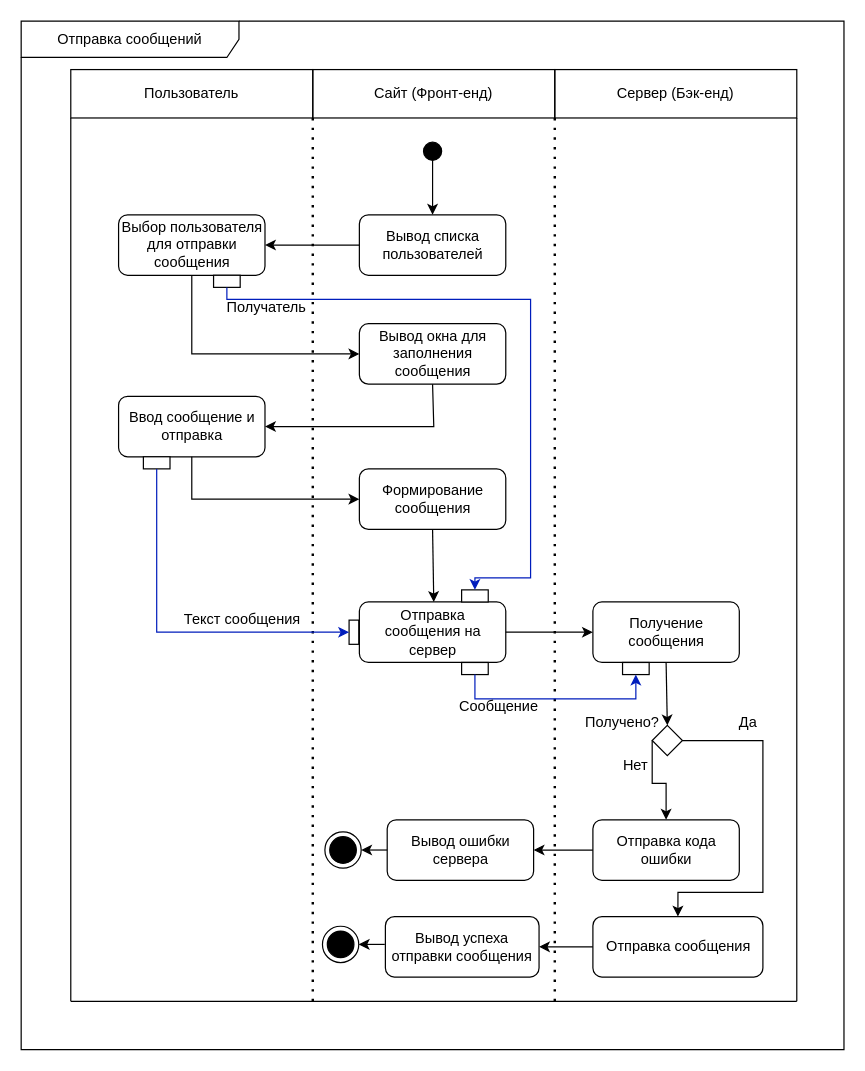
The draw.io diagram docs/raw_diagrams/отправка сообщения++.drawio in AS2/habrolink, before the edit. Source tidied: cells renumbered, new cells numbered last; positions are measured from the earlier drawing's top-left corner, leaving out a move shared by most shapes. Both pictures are drawn from the tidied source at 121%, with x=0, y=0 at pixel (21, 21).
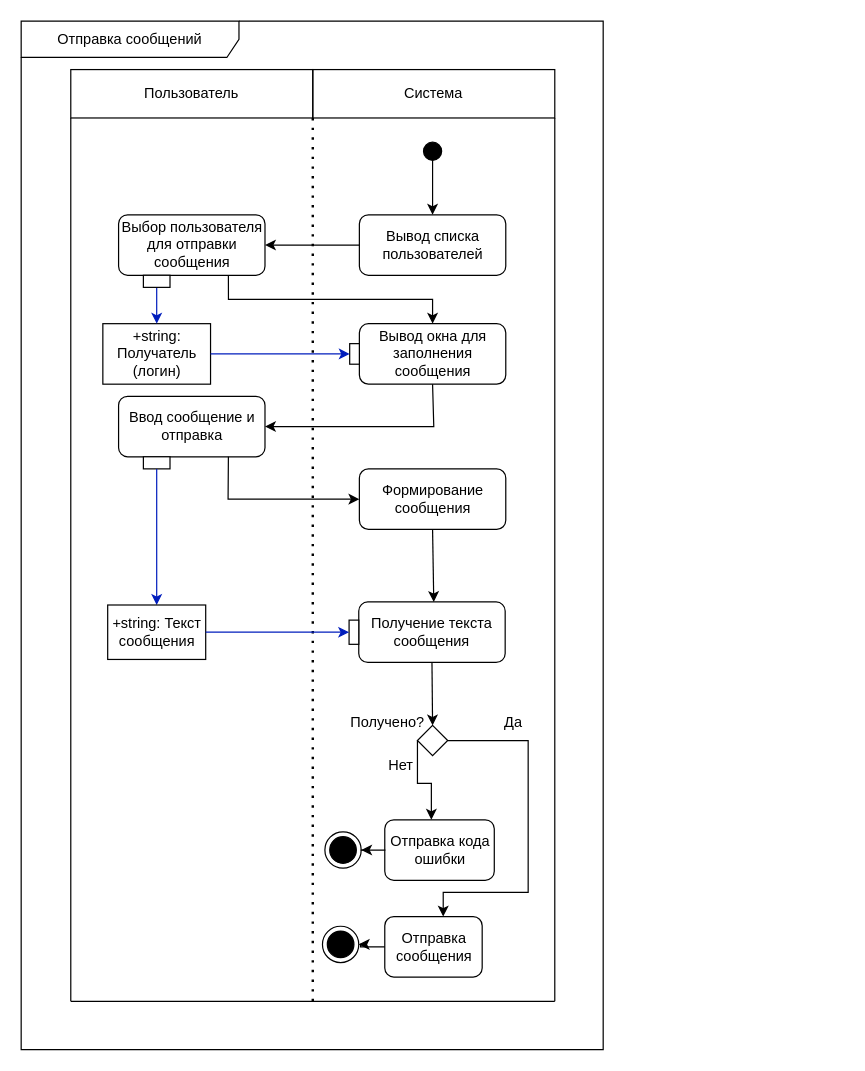
The same diagram, later.

Unchanged cells that the change refers to:
```xml
<mxCell id="9" value="Выбор пользователя для отправки сообщения" style="text;html=1;strokeColor=default;fillColor=none;align=center;verticalAlign=middle;whiteSpace=wrap;rounded=1;" parent="1" vertex="1">
  <mxGeometry x="80.5" y="160" width="121" height="50" as="geometry" />
</mxCell>
<mxCell id="11" value="Вывод окна для заполнения сообщения" style="text;html=1;strokeColor=default;fillColor=none;align=center;verticalAlign=middle;whiteSpace=wrap;rounded=1;" parent="1" vertex="1">
  <mxGeometry x="279.5" y="250" width="121" height="50" as="geometry" />
</mxCell>
<mxCell id="31" style="ellipse;html=1;shape=endState;fillColor=strokeColor;" parent="1" vertex="1">
  <mxGeometry x="251" y="670" width="30" height="30" as="geometry" />
</mxCell>
<mxCell id="36" style="ellipse;html=1;shape=endState;fillColor=strokeColor;" parent="1" vertex="1">
  <mxGeometry x="249" y="748" width="30" height="30" as="geometry" />
</mxCell>
<mxCell id="39" value="Ввод сообщение и отправка" style="text;html=1;strokeColor=default;fillColor=none;align=center;verticalAlign=middle;whiteSpace=wrap;rounded=1;" parent="1" vertex="1">
  <mxGeometry x="80.5" y="310" width="121" height="50" as="geometry" />
</mxCell>
<mxCell id="41" value="Формирование сообщения" style="text;html=1;strokeColor=default;fillColor=none;align=center;verticalAlign=middle;whiteSpace=wrap;rounded=1;" parent="1" vertex="1">
  <mxGeometry x="279.5" y="370" width="121" height="50" as="geometry" />
</mxCell>
<mxCell id="45" style="rounded=0;whiteSpace=wrap;html=1;" parent="1" vertex="1">
  <mxGeometry x="271" y="495" width="8" height="20" as="geometry" />
</mxCell>
<mxCell id="46" style="rounded=0;whiteSpace=wrap;html=1;" parent="1" vertex="1">
  <mxGeometry x="101" y="360" width="22" height="10" as="geometry" />
</mxCell>
```

Diff of the diagram source:
```diff
@@
-    <mxCell id="4" value="Сайт (Фронт-енд)" style="text;html=1;strokeColor=default;fillColor=none;align=center;verticalAlign=middle;whiteSpace=wrap;rounded=0;" parent="1" vertex="1">
+    <mxCell id="4" value="Система" style="text;html=1;strokeColor=default;fillColor=none;align=center;verticalAlign=middle;whiteSpace=wrap;rounded=0;" parent="1" vertex="1">
       <mxGeometry x="241" y="40" width="200" height="40" as="geometry" />
     </mxCell>
-    <mxCell id="5" value="Сервер (Бэк-енд)" style="text;html=1;strokeColor=default;fillColor=none;align=center;verticalAlign=middle;whiteSpace=wrap;rounded=0;" parent="1" vertex="1">
-      <mxGeometry x="441" y="40" width="200" height="40" as="geometry" />
-    </mxCell>
@@
-    <mxCell id="10" style="endArrow=classic;html=1;rounded=0;exitX=0.5;exitY=1;exitDx=0;exitDy=0;entryX=0;entryY=0.5;entryDx=0;entryDy=0;edgeStyle=orthogonalEdgeStyle;" parent="1" edge="1" source="9" target="11">
+    <mxCell id="10" style="endArrow=classic;html=1;rounded=0;exitX=0.75;exitY=1;exitDx=0;exitDy=0;entryX=0.5;entryY=0;entryDx=0;entryDy=0;edgeStyle=orthogonalEdgeStyle;" parent="1" edge="1" source="9" target="11">
       <mxGeometry relative="1" as="geometry" />
     </mxCell>
@@
-    <mxCell id="14" style="endArrow=none;dashed=1;html=1;dashPattern=1 3;strokeWidth=2;rounded=0;entryX=0;entryY=1;entryDx=0;entryDy=0;" parent="1" edge="1">
-      <mxGeometry relative="1" as="geometry">
-        <mxPoint x="441" y="810" as="sourcePoint" />
-        <mxPoint x="441" y="80" as="targetPoint" />
-      </mxGeometry>
-    </mxCell>
@@
-    <mxCell id="16" value="Отправка сообщения на сервер" style="text;html=1;strokeColor=default;fillColor=none;align=center;verticalAlign=middle;whiteSpace=wrap;rounded=1;" parent="1" vertex="1">
-      <mxGeometry x="279.5" y="480" width="121" height="50" as="geometry" />
-    </mxCell>
-    <mxCell id="17" style="endArrow=classic;html=1;rounded=0;exitX=1;exitY=0.5;exitDx=0;exitDy=0;entryX=0;entryY=0.5;entryDx=0;entryDy=0;" parent="1" edge="1" source="16" target="18">
-      <mxGeometry relative="1" as="geometry" />
-    </mxCell>
-    <mxCell id="18" value="Получение сообщения" style="text;html=1;strokeColor=default;fillColor=none;align=center;verticalAlign=middle;whiteSpace=wrap;rounded=1;" parent="1" vertex="1">
-      <mxGeometry x="472.5" y="480" width="121" height="50" as="geometry" />
+    <mxCell id="18" value="Получение текста сообщения" style="text;html=1;strokeColor=default;fillColor=none;align=center;verticalAlign=middle;whiteSpace=wrap;rounded=1;" parent="1" vertex="1">
+      <mxGeometry x="279" y="480" width="121" height="50" as="geometry" />
     </mxCell>
@@
-    <mxCell id="20" style="edgeStyle=orthogonalEdgeStyle;rounded=0;jettySize=auto;html=1;exitX=1;exitY=0.5;exitDx=0;exitDy=0;entryX=0.5;entryY=0;entryDx=0;entryDy=0;" parent="1" edge="1" source="22" target="33">
+    <mxCell id="20" style="edgeStyle=orthogonalEdgeStyle;rounded=0;jettySize=auto;html=1;exitX=1;exitY=0.5;exitDx=0;exitDy=0;entryX=0.5;entryY=0;entryDx=0;entryDy=0;" parent="1" edge="1" source="22">
       <mxGeometry relative="1" as="geometry">
+        <mxPoint x="348.8" y="740" as="targetPoint" />
         <Array as="points">
-          <mxPoint x="613" y="595" />
-          <mxPoint x="613" y="720" />
-          <mxPoint x="543" y="720" />
+          <mxPoint x="419" y="595" />
+          <mxPoint x="419" y="720" />
+          <mxPoint x="349" y="720" />
         </Array>
       </mxGeometry>
     </mxCell>
-    <mxCell id="21" style="edgeStyle=orthogonalEdgeStyle;rounded=0;jettySize=auto;html=1;exitX=0;exitY=0.5;exitDx=0;exitDy=0;entryX=0.5;entryY=0;entryDx=0;entryDy=0;" parent="1" edge="1" source="22" target="25">
+    <mxCell id="21" style="edgeStyle=orthogonalEdgeStyle;rounded=0;jettySize=auto;html=1;exitX=0;exitY=0.5;exitDx=0;exitDy=0;entryX=0.5;entryY=0;entryDx=0;entryDy=0;" parent="1" edge="1" source="22">
       <mxGeometry relative="1" as="geometry">
+        <mxPoint x="339" y="660" as="targetPoint" />
         <Array as="points">
-          <mxPoint x="522" y="630" />
-          <mxPoint x="533" y="630" />
+          <mxPoint x="328" y="630" />
+          <mxPoint x="339" y="630" />
         </Array>
       </mxGeometry>
     </mxCell>
     <mxCell id="22" style="rhombus;whiteSpace=wrap;html=1;" parent="1" vertex="1">
-      <mxGeometry x="521.5" y="582" width="25" height="25" as="geometry" />
+      <mxGeometry x="327.5" y="582" width="25" height="25" as="geometry" />
     </mxCell>
     <mxCell id="23" value="Получено?" style="text;html=1;strokeColor=none;fillColor=none;align=center;verticalAlign=middle;whiteSpace=wrap;rounded=0;" parent="1" vertex="1">
-      <mxGeometry x="467" y="567" width="60" height="25" as="geometry" />
+      <mxGeometry x="273" y="567" width="60" height="25" as="geometry" />
     </mxCell>
     <mxCell id="24" value="Нет" style="text;html=1;strokeColor=none;fillColor=none;align=center;verticalAlign=middle;whiteSpace=wrap;rounded=0;" parent="1" vertex="1">
-      <mxGeometry x="478" y="600" width="60" height="30" as="geometry" />
+      <mxGeometry x="284" y="600" width="60" height="30" as="geometry" />
     </mxCell>
     <mxCell id="25" value="Отправка кода ошибки" style="text;html=1;strokeColor=default;fillColor=none;align=center;verticalAlign=middle;whiteSpace=wrap;rounded=1;" parent="1" vertex="1">
-      <mxGeometry x="472.5" y="660" width="121" height="50" as="geometry" />
+      <mxGeometry x="300.5" y="660" width="90.5" height="50" as="geometry" />
     </mxCell>
     <mxCell id="26" style="endArrow=none;html=1;rounded=0;entryX=0;entryY=1;entryDx=0;entryDy=0;" parent="1" edge="1">
       <mxGeometry relative="1" as="geometry">
-        <mxPoint x="641" y="810" as="sourcePoint" />
-        <mxPoint x="641" y="80" as="targetPoint" />
+        <mxPoint x="441" y="810" as="sourcePoint" />
+        <mxPoint x="441" y="80" as="targetPoint" />
       </mxGeometry>
     </mxCell>
     <mxCell id="27" value="Да" style="text;html=1;strokeColor=none;fillColor=none;align=center;verticalAlign=middle;whiteSpace=wrap;rounded=0;" parent="1" vertex="1">
-      <mxGeometry x="571" y="564.5" width="60" height="30" as="geometry" />
+      <mxGeometry x="377" y="564.5" width="60" height="30" as="geometry" />
     </mxCell>
-    <mxCell id="28" style="endArrow=classic;html=1;rounded=0;exitX=0;exitY=0.5;exitDx=0;exitDy=0;entryX=1;entryY=0.5;entryDx=0;entryDy=0;" parent="1" edge="1" source="25" target="30">
-      <mxGeometry relative="1" as="geometry" />
-    </mxCell>
-    <mxCell id="29" style="edgeStyle=orthogonalEdgeStyle;rounded=0;jettySize=auto;html=1;exitX=0;exitY=0.5;exitDx=0;exitDy=0;entryX=1;entryY=0.5;entryDx=0;entryDy=0;" parent="1" edge="1" source="30" target="31">
+    <mxCell id="29" style="edgeStyle=orthogonalEdgeStyle;rounded=0;jettySize=auto;html=1;exitX=0;exitY=0.5;exitDx=0;exitDy=0;" parent="1" edge="1" source="25" target="31">
       <mxGeometry relative="1" as="geometry" />
     </mxCell>
-    <mxCell id="30" value="Вывод ошибки сервера" style="text;html=1;strokeColor=default;fillColor=none;align=center;verticalAlign=middle;whiteSpace=wrap;rounded=1;" parent="1" vertex="1">
-      <mxGeometry x="302.5" y="660" width="121" height="50" as="geometry" />
-    </mxCell>
@@
-    <mxCell id="32" style="edgeStyle=orthogonalEdgeStyle;rounded=0;jettySize=auto;html=1;exitX=0;exitY=0.5;exitDx=0;exitDy=0;entryX=1;entryY=0.5;entryDx=0;entryDy=0;" parent="1" edge="1" source="33" target="34">
-      <mxGeometry relative="1" as="geometry">
-        <Array as="points">
-          <mxPoint x="451" y="765" />
-          <mxPoint x="451" y="765" />
-        </Array>
-      </mxGeometry>
-    </mxCell>
     <mxCell id="33" value="Отправка сообщения" style="text;html=1;strokeColor=default;fillColor=none;align=center;verticalAlign=middle;whiteSpace=wrap;rounded=1;" parent="1" vertex="1">
-      <mxGeometry x="472.5" y="740" width="140.5" height="50" as="geometry" />
+      <mxGeometry x="300.5" y="740" width="80.5" height="50" as="geometry" />
     </mxCell>
-    <mxCell id="34" value="Вывод успеха отправки сообщения" style="text;html=1;strokeColor=default;fillColor=none;align=center;verticalAlign=middle;whiteSpace=wrap;rounded=1;" parent="1" vertex="1">
-      <mxGeometry x="301" y="740" width="127" height="50" as="geometry" />
-    </mxCell>
     <mxCell id="35" style="endArrow=none;html=1;rounded=0;" parent="1" edge="1">
       <mxGeometry relative="1" as="geometry">
         <mxPoint x="41" y="810" as="sourcePoint" />
-        <mxPoint x="641" y="810" as="targetPoint" />
+        <mxPoint x="441" y="810" as="targetPoint" />
       </mxGeometry>
     </mxCell>
@@
-    <mxCell id="37" style="edgeStyle=orthogonalEdgeStyle;rounded=0;jettySize=auto;html=1;entryX=1;entryY=0.5;entryDx=0;entryDy=0;" parent="1" edge="1" target="36">
-      <mxGeometry relative="1" as="geometry">
-        <mxPoint x="300.5" y="763" as="sourcePoint" />
-      </mxGeometry>
+    <mxCell id="37" style="edgeStyle=orthogonalEdgeStyle;rounded=0;jettySize=auto;html=1;exitX=0;exitY=0.5;exitDx=0;exitDy=0;" parent="1" edge="1" source="33" target="36">
+      <mxGeometry relative="1" as="geometry" />
     </mxCell>
     <mxCell id="38" value="Отправка сообщений" style="shape=umlFrame;whiteSpace=wrap;html=1;width=180;height=30;" parent="1" vertex="1">
-      <mxGeometry width="680" height="850" as="geometry" />
+      <mxGeometry width="481" height="850" as="geometry" />
     </mxCell>
@@
-    <mxCell id="40" style="endArrow=classic;html=1;rounded=0;exitX=0.5;exitY=1;exitDx=0;exitDy=0;entryX=0;entryY=0.5;entryDx=0;entryDy=0;" parent="1" edge="1" source="39" target="41">
+    <mxCell id="40" style="endArrow=classic;html=1;rounded=0;exitX=0.75;exitY=1;exitDx=0;exitDy=0;entryX=0;entryY=0.5;entryDx=0;entryDy=0;" parent="1" edge="1" source="39" target="41">
       <mxGeometry relative="1" as="geometry">
         <Array as="points">
-          <mxPoint x="141" y="395" />
+          <mxPoint x="171" y="395" />
         </Array>
       </mxGeometry>
     </mxCell>
@@
-    <mxCell id="43" style="rounded=0;whiteSpace=wrap;html=1;" parent="1" vertex="1">
-      <mxGeometry x="159" y="210" width="22" height="10" as="geometry" />
-    </mxCell>
-    <mxCell id="44" style="rounded=0;whiteSpace=wrap;html=1;" parent="1" vertex="1">
-      <mxGeometry x="364" y="470" width="22" height="10" as="geometry" />
-    </mxCell>
@@
-    <mxCell id="47" style="endArrow=classic;html=1;rounded=0;exitX=0.5;exitY=1;exitDx=0;exitDy=0;entryX=0.5;entryY=0;entryDx=0;entryDy=0;edgeStyle=orthogonalEdgeStyle;fillColor=#0050ef;strokeColor=#001DBC;" parent="1" edge="1" source="43" target="44">
-      <mxGeometry relative="1" as="geometry">
-        <Array as="points">
-          <mxPoint x="170" y="230" />
-          <mxPoint x="421" y="230" />
-          <mxPoint x="421" y="460" />
-          <mxPoint x="375" y="460" />
-        </Array>
-      </mxGeometry>
-    </mxCell>
-    <mxCell id="48" value="Получатель" style="text;html=1;strokeColor=none;fillColor=none;align=center;verticalAlign=middle;whiteSpace=wrap;rounded=0;" parent="1" vertex="1">
-      <mxGeometry x="173" y="222" width="60" height="30" as="geometry" />
-    </mxCell>
-    <mxCell id="49" style="endArrow=classic;html=1;rounded=0;exitX=0.5;exitY=1;exitDx=0;exitDy=0;entryX=0;entryY=0.5;entryDx=0;entryDy=0;edgeStyle=orthogonalEdgeStyle;fillColor=#0050ef;strokeColor=#001DBC;" parent="1" edge="1" source="46" target="45">
-      <mxGeometry relative="1" as="geometry">
-        <Array as="points">
-          <mxPoint x="112" y="505" />
-        </Array>
-      </mxGeometry>
+    <mxCell id="49" style="endArrow=classic;html=1;rounded=0;exitX=0.5;exitY=1;exitDx=0;exitDy=0;fillColor=#0050ef;strokeColor=#001DBC;edgeStyle=orthogonalEdgeStyle;" parent="1" edge="1" source="46" target="55">
+      <mxGeometry relative="1" as="geometry" />
     </mxCell>
-    <mxCell id="50" value="Текст сообщения" style="text;html=1;strokeColor=none;fillColor=none;align=center;verticalAlign=middle;whiteSpace=wrap;rounded=0;" parent="1" vertex="1">
-      <mxGeometry x="133" y="480" width="100" height="30" as="geometry" />
-    </mxCell>
-    <mxCell id="51" style="rounded=0;whiteSpace=wrap;html=1;" parent="1" vertex="1">
-      <mxGeometry x="364" y="530" width="22" height="10" as="geometry" />
-    </mxCell>
-    <mxCell id="52" style="rounded=0;whiteSpace=wrap;html=1;" parent="1" vertex="1">
-      <mxGeometry x="497" y="530" width="22" height="10" as="geometry" />
-    </mxCell>
-    <mxCell id="53" style="endArrow=classic;html=1;rounded=0;exitX=0.5;exitY=1;exitDx=0;exitDy=0;entryX=0.5;entryY=1;entryDx=0;entryDy=0;edgeStyle=orthogonalEdgeStyle;fillColor=#0050ef;strokeColor=#001DBC;" parent="1" edge="1" source="51" target="52">
-      <mxGeometry relative="1" as="geometry">
-        <Array as="points">
-          <mxPoint x="375" y="560" />
-          <mxPoint x="508" y="560" />
-        </Array>
-      </mxGeometry>
-    </mxCell>
-    <mxCell id="54" value="Сообщение" style="text;html=1;strokeColor=none;fillColor=none;align=center;verticalAlign=middle;whiteSpace=wrap;rounded=0;" parent="1" vertex="1">
-      <mxGeometry x="345" y="552" width="100" height="30" as="geometry" />
-    </mxCell>
+    <mxCell id="55" value="+string: Текст сообщения" style="rounded=0;whiteSpace=wrap;html=1;" parent="1" vertex="1">
+      <mxGeometry x="71.5" y="482.5" width="81" height="45" as="geometry" />
+    </mxCell>
+    <mxCell id="56" style="endArrow=classic;html=1;rounded=0;fillColor=#0050ef;strokeColor=#001DBC;edgeStyle=orthogonalEdgeStyle;entryX=0;entryY=0.5;entryDx=0;entryDy=0;" parent="1" edge="1" source="55" target="45">
+      <mxGeometry relative="1" as="geometry" />
+    </mxCell>
+    <mxCell id="57" value="+string: Получатель (логин)" style="rounded=0;whiteSpace=wrap;html=1;" parent="1" vertex="1">
+      <mxGeometry x="67.5" y="250" width="89" height="50" as="geometry" />
+    </mxCell>
+    <mxCell id="58" style="endArrow=classic;html=1;rounded=0;fillColor=#0050ef;strokeColor=#001DBC;edgeStyle=orthogonalEdgeStyle;exitX=0.5;exitY=1;exitDx=0;exitDy=0;entryX=0.5;entryY=0;entryDx=0;entryDy=0;" parent="1" edge="1" source="59" target="57">
+      <mxGeometry relative="1" as="geometry" />
+    </mxCell>
+    <mxCell id="59" style="rounded=0;whiteSpace=wrap;html=1;" parent="1" vertex="1">
+      <mxGeometry x="101" y="210" width="22" height="10" as="geometry" />
+    </mxCell>
+    <mxCell id="60" style="rounded=0;whiteSpace=wrap;html=1;" parent="1" vertex="1">
+      <mxGeometry x="271.5" y="266.5" width="8" height="17" as="geometry" />
+    </mxCell>
+    <mxCell id="61" style="endArrow=classic;html=1;rounded=0;fillColor=#0050ef;strokeColor=#001DBC;edgeStyle=orthogonalEdgeStyle;entryX=0;entryY=0.5;entryDx=0;entryDy=0;exitX=1;exitY=0.5;exitDx=0;exitDy=0;" parent="1" edge="1" source="57" target="60">
+      <mxGeometry relative="1" as="geometry" />
+    </mxCell>
```
